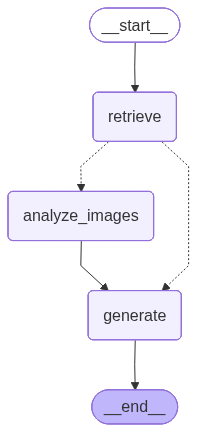
Karthikvenugopal/nim-multimodal-agent keeps this Mermaid diagram as docs/graph.png. Above is the earlier version. Its source is kept beside it as docs/graph.mmd. Its diagram source:
```mermaid
---
config:
  flowchart:
    curve: linear
---
graph TD;
	__start__([<p>__start__</p>]):::first
	retrieve(retrieve)
	analyze_images(analyze_images)
	generate(generate)
	__end__([<p>__end__</p>]):::last
	__start__ --> retrieve;
	analyze_images --> generate;
	retrieve -.-> analyze_images;
	retrieve -.-> generate;
	generate --> __end__;
	classDef default fill:#f2f0ff,line-height:1.2
	classDef first fill-opacity:0
	classDef last fill:#bfb6fc
```
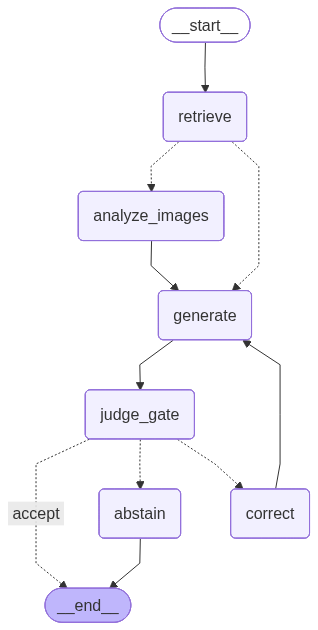
After the change.

Diff of the diagram source:
```diff
@@ -8,12 +8,20 @@
 	retrieve(retrieve)
 	analyze_images(analyze_images)
 	generate(generate)
+	judge_gate(judge_gate)
+	correct(correct)
+	abstain(abstain)
 	__end__([<p>__end__</p>]):::last
 	__start__ --> retrieve;
 	analyze_images --> generate;
+	correct --> generate;
+	generate --> judge_gate;
+	judge_gate -. &nbsp;accept&nbsp; .-> __end__;
+	judge_gate -.-> abstain;
+	judge_gate -.-> correct;
 	retrieve -.-> analyze_images;
 	retrieve -.-> generate;
-	generate --> __end__;
+	abstain --> __end__;
 	classDef default fill:#f2f0ff,line-height:1.2
 	classDef first fill-opacity:0
 	classDef last fill:#bfb6fc
```
